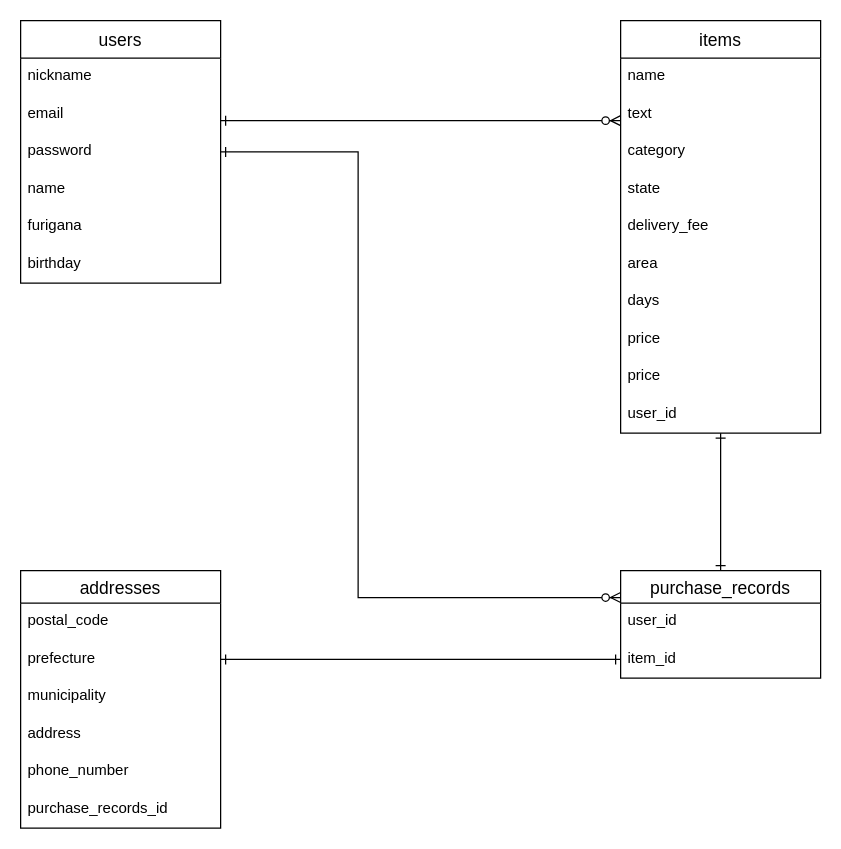
Before: furima-33393.dio in umigame4031/furima-33393, a draw.io diagram. Source tidied: cells renumbered, new cells numbered last; positions are measured from the earlier drawing's top-left corner, leaving out a move shared by most shapes. Both pictures are drawn from the tidied source at 125%, with x=0, y=0 at pixel (20, 20).
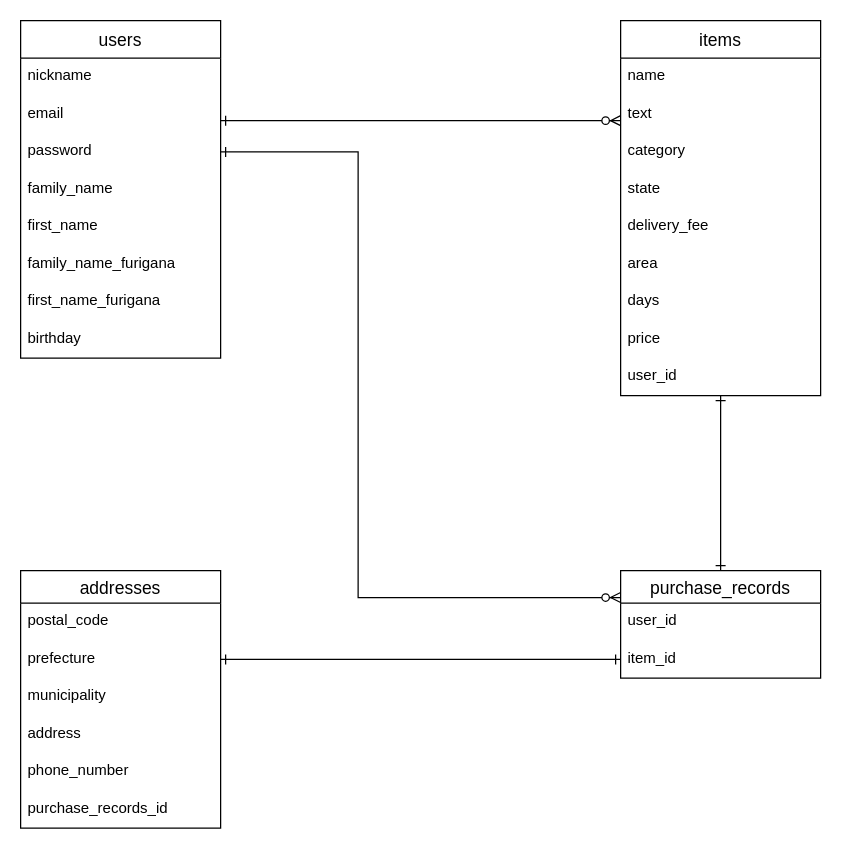
Above is the later version.

Commit message (it also covers changes not shown here):
コードレビュー修正

What changed in the source:
```diff
@@
     <mxCell id="3" value="users" style="swimlane;fontStyle=0;horizontal=1;startSize=30;align=center;fontSize=14;" parent="1" vertex="1">
-      <mxGeometry width="160" height="210" as="geometry" />
+      <mxGeometry width="160" height="270" as="geometry" />
     </mxCell>
@@
-    <mxCell id="7" value="name" style="text;strokeColor=none;fillColor=none;spacingLeft=4;spacingRight=4;overflow=hidden;fontSize=12;" parent="3" vertex="1">
+    <mxCell id="7" value="family_name" style="text;strokeColor=none;fillColor=none;spacingLeft=4;spacingRight=4;overflow=hidden;fontSize=12;" parent="3" vertex="1">
       <mxGeometry y="120" width="160" height="30" as="geometry" />
     </mxCell>
+    <mxCell id="34" value="first_name" style="text;strokeColor=none;fillColor=none;spacingLeft=4;spacingRight=4;overflow=hidden;fontSize=12;" parent="3" vertex="1">
+      <mxGeometry y="150" width="160" height="30" as="geometry" />
+    </mxCell>
+    <mxCell id="35" value="family_name_furigana" style="text;strokeColor=none;fillColor=none;spacingLeft=4;spacingRight=4;overflow=hidden;fontSize=12;" parent="3" vertex="1">
+      <mxGeometry y="180" width="160" height="30" as="geometry" />
+    </mxCell>
-    <mxCell id="8" value="furigana" style="text;strokeColor=none;fillColor=none;spacingLeft=4;spacingRight=4;overflow=hidden;fontSize=12;" parent="3" vertex="1">
-      <mxGeometry y="150" width="160" height="30" as="geometry" />
+    <mxCell id="8" value="first_name_furigana" style="text;strokeColor=none;fillColor=none;spacingLeft=4;spacingRight=4;overflow=hidden;fontSize=12;" parent="3" vertex="1">
+      <mxGeometry y="210" width="160" height="30" as="geometry" />
     </mxCell>
     <mxCell id="9" value="birthday" style="text;strokeColor=none;fillColor=none;spacingLeft=4;spacingRight=4;overflow=hidden;fontSize=12;" parent="3" vertex="1">
-      <mxGeometry y="180" width="160" height="30" as="geometry" />
+      <mxGeometry y="240" width="160" height="30" as="geometry" />
     </mxCell>
@@
     <mxCell id="11" value="items" style="swimlane;fontStyle=0;horizontal=1;startSize=30;align=center;fontSize=14;" parent="1" vertex="1">
-      <mxGeometry x="480" width="160" height="330" as="geometry" />
+      <mxGeometry x="480" width="160" height="300" as="geometry" />
     </mxCell>
@@
-    <mxCell id="19" value="price" style="text;strokeColor=none;fillColor=none;spacingLeft=4;spacingRight=4;overflow=hidden;fontSize=12;" parent="11" vertex="1">
-      <mxGeometry y="240" width="160" height="30" as="geometry" />
-    </mxCell>
     <mxCell id="20" value="price" style="text;strokeColor=none;fillColor=none;spacingLeft=4;spacingRight=4;overflow=hidden;fontSize=12;" parent="11" vertex="1">
-      <mxGeometry y="270" width="160" height="30" as="geometry" />
+      <mxGeometry y="240" width="160" height="30" as="geometry" />
     </mxCell>
     <mxCell id="21" value="user_id" style="text;strokeColor=none;fillColor=none;spacingLeft=4;spacingRight=4;overflow=hidden;fontSize=12;" parent="11" vertex="1">
-      <mxGeometry y="300" width="160" height="30" as="geometry" />
+      <mxGeometry y="270" width="160" height="30" as="geometry" />
     </mxCell>
```
